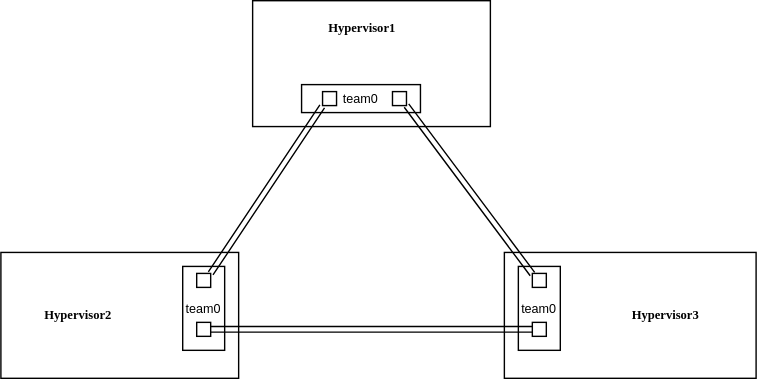
This is cluster-network2.svg from seapath/seapath-architecture, a draw.io export, as it was before one commit. Source tidied: cells renumbered, new cells last; positions are measured from the earlier drawing's top-left corner, leaving out a move shared by most shapes. Its diagram source:
```xml
<mxGraphModel>
  <root>
    <mxCell id="0" />
    <mxCell id="1" parent="0" />
    <mxCell id="2" style="group;" parent="1" vertex="1">
      <mxGeometry x="180" width="170" height="90" as="geometry" />
    </mxCell>
    <mxCell id="3" style="rounded=0;whiteSpace=wrap;html=1;" parent="2" vertex="1">
      <mxGeometry width="170" height="90" as="geometry" />
    </mxCell>
    <mxCell id="4" value="&lt;font style=&quot;font-size: 9px;&quot;&gt;team0&lt;/font&gt;" style="rounded=0;whiteSpace=wrap;html=1;" parent="2" vertex="1">
      <mxGeometry x="35" y="60" width="85" height="20" as="geometry" />
    </mxCell>
    <mxCell id="5" style="rounded=0;whiteSpace=wrap;html=1;" parent="2" vertex="1">
      <mxGeometry x="50" y="65" width="10" height="10" as="geometry" />
    </mxCell>
    <mxCell id="6" style="rounded=0;whiteSpace=wrap;html=1;" parent="2" vertex="1">
      <mxGeometry x="100" y="65" width="10" height="10" as="geometry" />
    </mxCell>
    <mxCell id="7" value="Hypervisor1" style="text;html=1;align=center;verticalAlign=middle;fillColor=none;strokeColor=none;rounded=0;fontSize=9;fontFamily=Verdana;fontStyle=1;" parent="2" vertex="1">
      <mxGeometry x="42.5" y="10" width="70" height="20" as="geometry" />
    </mxCell>
    <mxCell id="8" style="group;" parent="1" vertex="1">
      <mxGeometry x="360" y="180" width="180" height="90" as="geometry" />
    </mxCell>
    <mxCell id="9" style="rounded=0;whiteSpace=wrap;html=1;" parent="8" vertex="1">
      <mxGeometry width="180" height="90" as="geometry" />
    </mxCell>
    <mxCell id="10" value="&lt;font style=&quot;font-size: 9px;&quot;&gt;team0&lt;/font&gt;" style="rounded=0;whiteSpace=wrap;html=1;" parent="8" vertex="1">
      <mxGeometry x="10" y="10" width="30" height="60" as="geometry" />
    </mxCell>
    <mxCell id="11" style="rounded=0;whiteSpace=wrap;html=1;" parent="8" vertex="1">
      <mxGeometry x="20" y="15" width="10" height="10" as="geometry" />
    </mxCell>
    <mxCell id="12" style="rounded=0;whiteSpace=wrap;html=1;" parent="8" vertex="1">
      <mxGeometry x="20" y="50" width="10" height="10" as="geometry" />
    </mxCell>
    <mxCell id="13" value="&lt;b&gt;&lt;font face=&quot;Verdana&quot;&gt;Hypervisor3&lt;/font&gt;&lt;/b&gt;" style="text;html=1;align=center;verticalAlign=middle;fillColor=none;strokeColor=none;rounded=0;fontSize=9;" parent="8" vertex="1">
      <mxGeometry x="80" y="35" width="70" height="20" as="geometry" />
    </mxCell>
    <mxCell id="14" style="group;" parent="1" vertex="1">
      <mxGeometry y="180" width="170" height="90" as="geometry" />
    </mxCell>
    <mxCell id="15" style="rounded=0;whiteSpace=wrap;html=1;" parent="14" vertex="1">
      <mxGeometry width="170" height="90" as="geometry" />
    </mxCell>
    <mxCell id="16" value="&lt;font style=&quot;font-size: 9px;&quot;&gt;team0&lt;/font&gt;" style="rounded=0;whiteSpace=wrap;html=1;" parent="14" vertex="1">
      <mxGeometry x="130" y="10" width="30" height="60" as="geometry" />
    </mxCell>
    <mxCell id="17" style="rounded=0;whiteSpace=wrap;html=1;" parent="14" vertex="1">
      <mxGeometry x="140" y="15" width="10" height="10" as="geometry" />
    </mxCell>
    <mxCell id="18" style="rounded=0;whiteSpace=wrap;html=1;" parent="14" vertex="1">
      <mxGeometry x="140" y="50" width="10" height="10" as="geometry" />
    </mxCell>
    <mxCell id="19" value="&lt;b&gt;&lt;font face=&quot;Verdana&quot;&gt;Hypervisor2&lt;/font&gt;&lt;/b&gt;" style="text;html=1;align=center;verticalAlign=middle;fillColor=none;strokeColor=none;rounded=0;fontSize=9;" parent="14" vertex="1">
      <mxGeometry x="20" y="35" width="70" height="20" as="geometry" />
    </mxCell>
    <mxCell id="20" style="endArrow=none;html=1;rounded=0;entryX=-0.025;entryY=1.053;entryDx=0;entryDy=0;exitX=1;exitY=0;exitDx=0;exitDy=0;shape=link;entryPerimeter=0;" parent="1" edge="1" source="17" target="5">
      <mxGeometry relative="1" as="geometry" />
    </mxCell>
    <mxCell id="21" style="endArrow=none;html=1;rounded=0;entryX=0;entryY=0.5;entryDx=0;entryDy=0;exitX=1;exitY=0.5;exitDx=0;exitDy=0;shape=link;" parent="1" edge="1" source="18" target="12">
      <mxGeometry relative="1" as="geometry" />
    </mxCell>
    <mxCell id="22" style="endArrow=none;html=1;rounded=0;entryX=1;entryY=1;entryDx=0;entryDy=0;exitX=0.008;exitY=0.049;exitDx=0;exitDy=0;shape=link;exitPerimeter=0;" parent="1" edge="1" source="11" target="6">
      <mxGeometry relative="1" as="geometry" />
    </mxCell>
  </root>
</mxGraphModel>
```
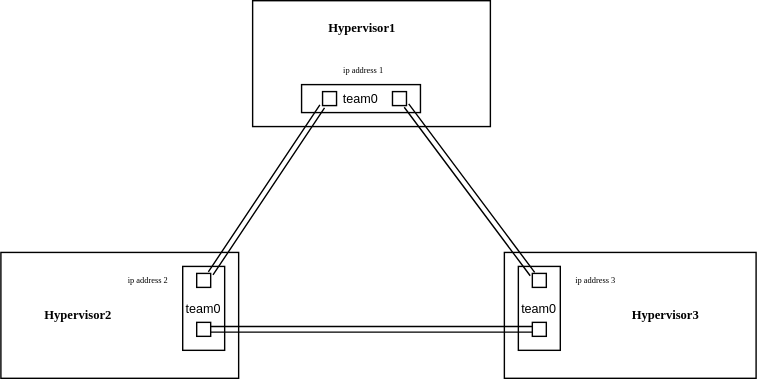
After the change.

What changed in the source:
```diff
@@ -20,6 +20,9 @@
     <mxCell id="7" value="Hypervisor1" style="text;html=1;align=center;verticalAlign=middle;fillColor=none;strokeColor=none;rounded=0;fontSize=9;fontFamily=Verdana;fontStyle=1;" parent="2" vertex="1">
       <mxGeometry x="42.5" y="10" width="70" height="20" as="geometry" />
     </mxCell>
+    <mxCell id="23" value="&lt;font style=&quot;font-size: 6px;&quot;&gt;ip address 1&lt;/font&gt;" style="text;html=1;align=center;verticalAlign=middle;fillColor=none;strokeColor=none;rounded=0;fontSize=6;fontFamily=Verdana;fontStyle=0;" parent="2" vertex="1">
+      <mxGeometry x="54" y="45" width="50" height="10" as="geometry" />
+    </mxCell>
     <mxCell id="8" style="group;" parent="1" vertex="1">
       <mxGeometry x="360" y="180" width="180" height="90" as="geometry" />
     </mxCell>
@@ -38,6 +41,9 @@
     <mxCell id="13" value="&lt;b&gt;&lt;font face=&quot;Verdana&quot;&gt;Hypervisor3&lt;/font&gt;&lt;/b&gt;" style="text;html=1;align=center;verticalAlign=middle;fillColor=none;strokeColor=none;rounded=0;fontSize=9;" parent="8" vertex="1">
       <mxGeometry x="80" y="35" width="70" height="20" as="geometry" />
     </mxCell>
+    <mxCell id="24" value="&lt;font style=&quot;font-size: 6px;&quot;&gt;ip address 3&lt;br&gt;&lt;/font&gt;" style="text;html=1;align=center;verticalAlign=middle;fillColor=none;strokeColor=none;rounded=0;fontSize=6;fontFamily=Verdana;fontStyle=0;" parent="8" vertex="1">
+      <mxGeometry x="40" y="15" width="50" height="10" as="geometry" />
+    </mxCell>
     <mxCell id="14" style="group;" parent="1" vertex="1">
       <mxGeometry y="180" width="170" height="90" as="geometry" />
     </mxCell>
@@ -56,6 +62,9 @@
     <mxCell id="19" value="&lt;b&gt;&lt;font face=&quot;Verdana&quot;&gt;Hypervisor2&lt;/font&gt;&lt;/b&gt;" style="text;html=1;align=center;verticalAlign=middle;fillColor=none;strokeColor=none;rounded=0;fontSize=9;" parent="14" vertex="1">
       <mxGeometry x="20" y="35" width="70" height="20" as="geometry" />
     </mxCell>
+    <mxCell id="25" value="&lt;font style=&quot;font-size: 6px;&quot;&gt;ip address 2&lt;br&gt;&lt;/font&gt;" style="text;html=1;align=center;verticalAlign=middle;fillColor=none;strokeColor=none;rounded=0;fontSize=6;fontFamily=Verdana;fontStyle=0;" parent="14" vertex="1">
+      <mxGeometry x="80" y="15" width="50" height="10" as="geometry" />
+    </mxCell>
     <mxCell id="20" style="endArrow=none;html=1;rounded=0;entryX=-0.025;entryY=1.053;entryDx=0;entryDy=0;exitX=1;exitY=0;exitDx=0;exitDy=0;shape=link;entryPerimeter=0;" parent="1" edge="1" source="17" target="5">
       <mxGeometry relative="1" as="geometry" />
     </mxCell>
```
